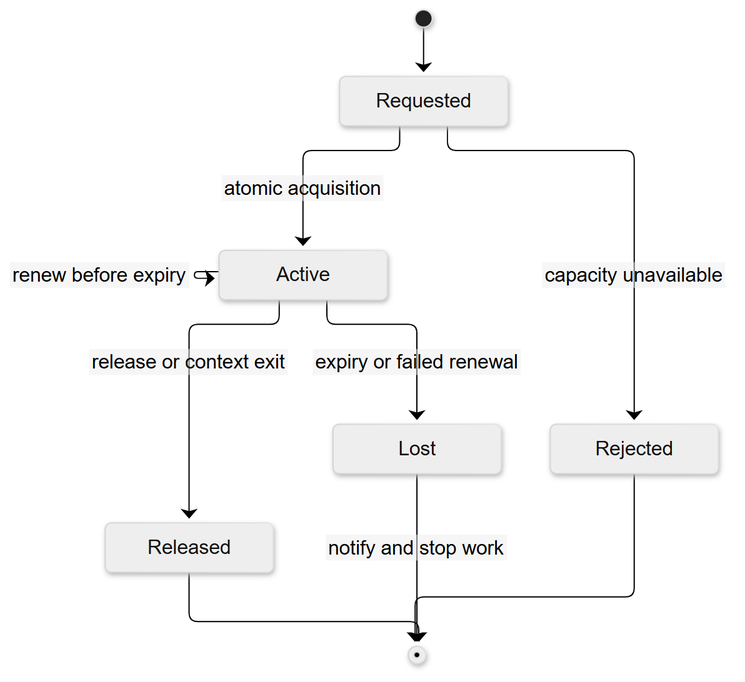
Above: docs/assets/diagrams/reservation-lifecycle.png in smuniharish/resourcera (Mermaid), before the change. Its source is kept beside it as diagrams/reservation-lifecycle.mmd.
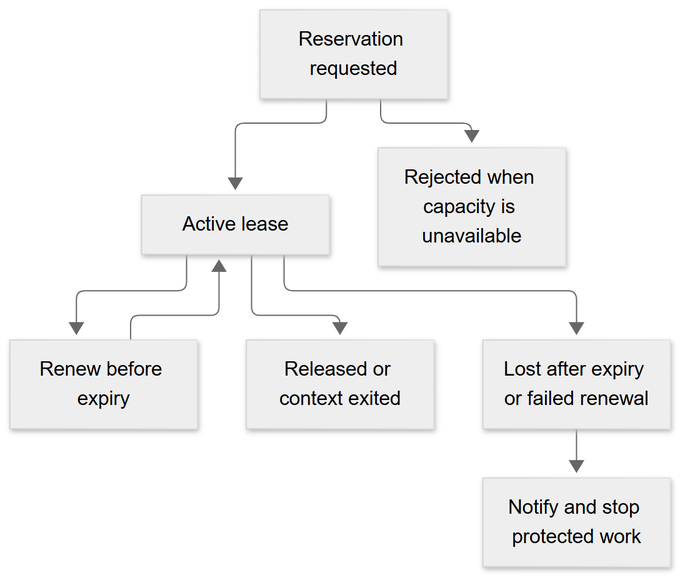
Above is the later version.

The edit, as a diff of the source:
```diff
@@ -1,10 +1,8 @@
-stateDiagram-v2
-    [*] --> Requested
-    Requested --> Active: atomic acquisition
-    Requested --> Rejected: capacity unavailable
-    Active --> Active: renew before expiry
-    Active --> Released: release or context exit
-    Active --> Lost: expiry or failed renewal
-    Lost --> [*]: notify and stop work
-    Released --> [*]
-    Rejected --> [*]
+flowchart TD
+    requested["Reservation requested"] --> active["Active lease"]
+    requested --> rejected["Rejected when capacity is unavailable"]
+    active --> renewed["Renew before expiry"]
+    renewed --> active
+    active --> released["Released or context exited"]
+    active --> lost["Lost after expiry or failed renewal"]
+    lost --> stop["Notify and stop protected work"]
```
